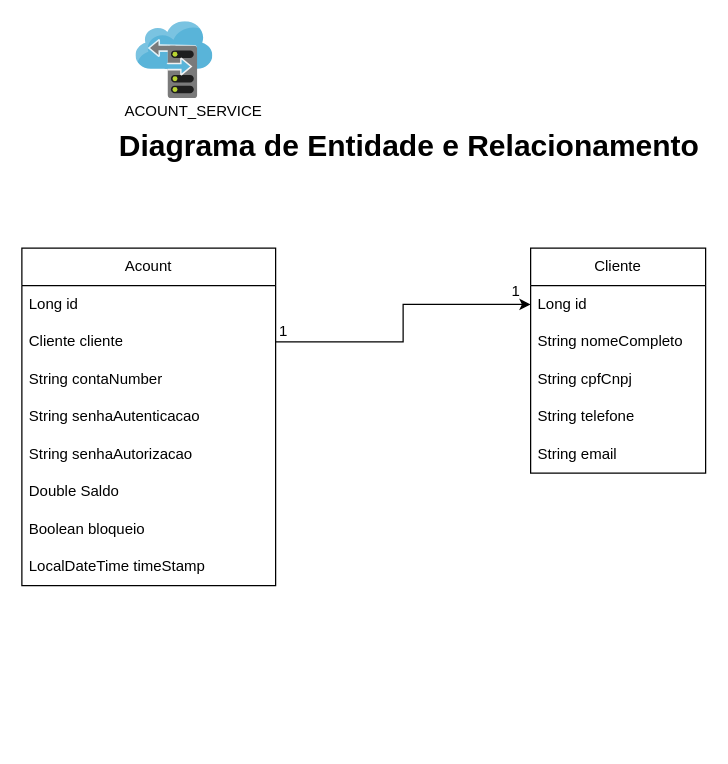
marcelquin/BancoFake keeps this draw.io diagram as page "DIagrama Acount_Service Nível 3" (3 of 8) of Documentação/Diagrama de funcionamento.drawio. Above is the earlier version. Source tidied: cells renumbered, new cells numbered last; positions are measured from the earlier drawing's top-left corner, leaving out a move shared by most shapes. Both pictures are drawn from the tidied source at 125%, with x=0, y=0 at pixel (21, 21).
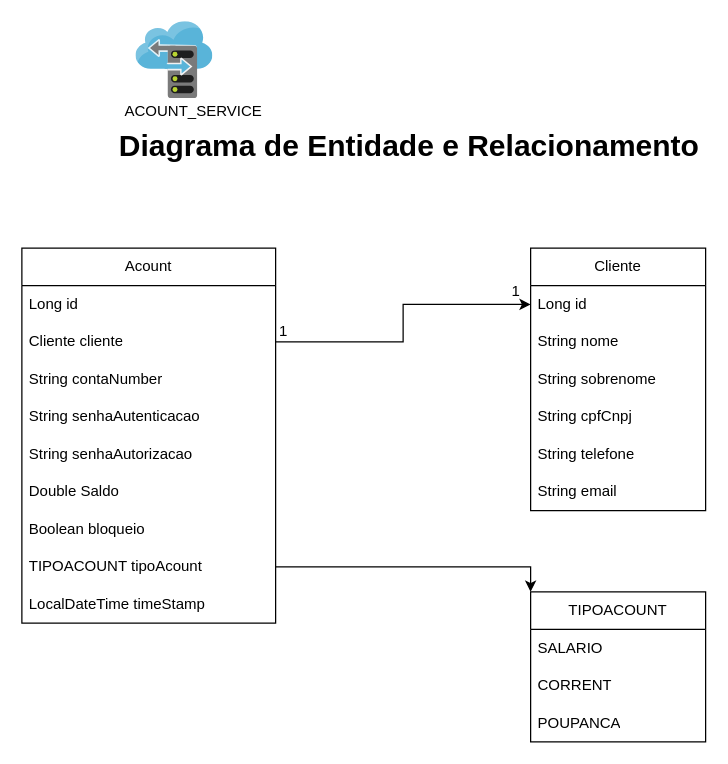
The same diagram, later.

The edit, as a diff of the source:
```diff
@@
     <mxCell id="5" value="Acount" style="swimlane;fontStyle=0;horizontal=1;startSize=30;whiteSpace=wrap;html=1;" parent="1" vertex="1">
-      <mxGeometry y="181" width="203" height="270" as="geometry" />
+      <mxGeometry y="181" width="203" height="300" as="geometry" />
     </mxCell>
@@
+    <mxCell id="24" value="TIPOACOUNT tipoAcount" style="text;strokeColor=none;fillColor=none;align=left;verticalAlign=middle;spacingLeft=4;spacingRight=4;overflow=hidden;points=[[0,0.5],[1,0.5]];portConstraint=eastwest;whiteSpace=wrap;html=1;" parent="5" vertex="1">
+      <mxGeometry y="240" width="203" height="30" as="geometry" />
+    </mxCell>
     <mxCell id="13" value="LocalDateTime timeStamp" style="text;strokeColor=none;fillColor=none;align=left;verticalAlign=middle;spacingLeft=4;spacingRight=4;overflow=hidden;whiteSpace=wrap;html=1;" parent="5" vertex="1">
-      <mxGeometry y="240" width="203" height="30" as="geometry" />
+      <mxGeometry y="270" width="203" height="30" as="geometry" />
     </mxCell>
     <mxCell id="14" value="Cliente" style="swimlane;fontStyle=0;horizontal=1;startSize=30;whiteSpace=wrap;html=1;" parent="1" vertex="1">
-      <mxGeometry x="407" y="181" width="140" height="180" as="geometry" />
+      <mxGeometry x="407" y="181" width="140" height="210" as="geometry" />
     </mxCell>
@@
-    <mxCell id="16" value="String nomeCompleto" style="text;strokeColor=none;fillColor=none;align=left;verticalAlign=middle;spacingLeft=4;spacingRight=4;overflow=hidden;whiteSpace=wrap;html=1;" parent="14" vertex="1">
+    <mxCell id="16" value="String nome" style="text;strokeColor=none;fillColor=none;align=left;verticalAlign=middle;spacingLeft=4;spacingRight=4;overflow=hidden;whiteSpace=wrap;html=1;" parent="14" vertex="1">
       <mxGeometry y="60" width="140" height="30" as="geometry" />
     </mxCell>
+    <mxCell id="25" value="String sobrenome" style="text;strokeColor=none;fillColor=none;align=left;verticalAlign=middle;spacingLeft=4;spacingRight=4;overflow=hidden;whiteSpace=wrap;html=1;" parent="14" vertex="1">
+      <mxGeometry y="90" width="140" height="30" as="geometry" />
+    </mxCell>
     <mxCell id="17" value="String cpfCnpj" style="text;strokeColor=none;fillColor=none;align=left;verticalAlign=middle;spacingLeft=4;spacingRight=4;overflow=hidden;whiteSpace=wrap;html=1;" parent="14" vertex="1">
-      <mxGeometry y="90" width="140" height="30" as="geometry" />
+      <mxGeometry y="120" width="140" height="30" as="geometry" />
     </mxCell>
     <mxCell id="18" value="String telefone" style="text;strokeColor=none;fillColor=none;align=left;verticalAlign=middle;spacingLeft=4;spacingRight=4;overflow=hidden;whiteSpace=wrap;html=1;" parent="14" vertex="1">
-      <mxGeometry y="120" width="140" height="30" as="geometry" />
+      <mxGeometry y="150" width="140" height="30" as="geometry" />
     </mxCell>
     <mxCell id="19" value="String email" style="text;strokeColor=none;fillColor=none;align=left;verticalAlign=middle;spacingLeft=4;spacingRight=4;overflow=hidden;whiteSpace=wrap;html=1;" parent="14" vertex="1">
-      <mxGeometry y="150" width="140" height="30" as="geometry" />
+      <mxGeometry y="180" width="140" height="30" as="geometry" />
     </mxCell>
@@
+    <mxCell id="26" value="TIPOACOUNT" style="swimlane;fontStyle=0;horizontal=1;startSize=30;whiteSpace=wrap;html=1;" parent="1" vertex="1">
+      <mxGeometry x="407" y="456" width="140" height="120" as="geometry" />
+    </mxCell>
+    <mxCell id="27" value="SALARIO" style="text;strokeColor=none;fillColor=none;align=left;verticalAlign=middle;spacingLeft=4;spacingRight=4;overflow=hidden;whiteSpace=wrap;html=1;" parent="26" vertex="1">
+      <mxGeometry y="30" width="140" height="30" as="geometry" />
+    </mxCell>
+    <mxCell id="28" value="CORRENT" style="text;strokeColor=none;fillColor=none;align=left;verticalAlign=middle;spacingLeft=4;spacingRight=4;overflow=hidden;whiteSpace=wrap;html=1;" parent="26" vertex="1">
+      <mxGeometry y="60" width="140" height="30" as="geometry" />
+    </mxCell>
+    <mxCell id="29" value="POUPANCA" style="text;strokeColor=none;fillColor=none;align=left;verticalAlign=middle;spacingLeft=4;spacingRight=4;overflow=hidden;whiteSpace=wrap;html=1;" parent="26" vertex="1">
+      <mxGeometry y="90" width="140" height="30" as="geometry" />
+    </mxCell>
+    <mxCell id="30" style="edgeStyle=orthogonalEdgeStyle;rounded=0;jettySize=auto;html=1;exitX=1;exitY=0.5;exitDx=0;exitDy=0;entryX=0;entryY=0;entryDx=0;entryDy=0;" parent="1" edge="1" source="24" target="26">
+      <mxGeometry relative="1" as="geometry" />
+    </mxCell>
```
